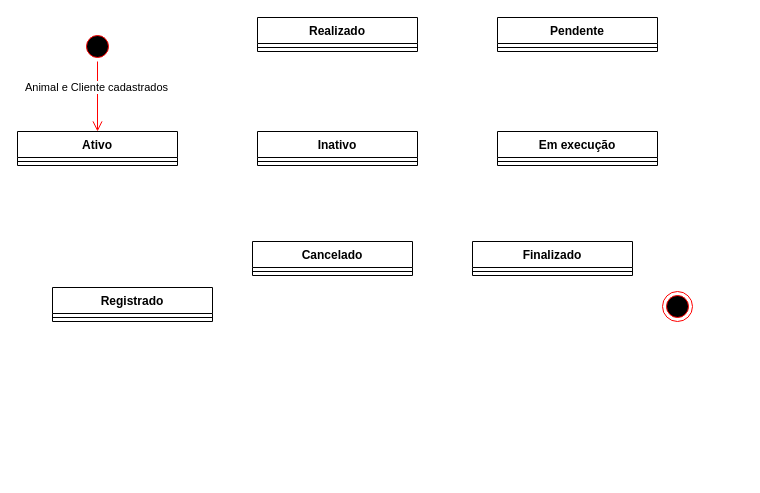
Earlier version of the draw.io diagram DiagramaDeEstadoPETS.drawio (henrique-souza/uml_exercises). Source tidied: cells renumbered, new cells numbered last; positions are measured from the earlier drawing's top-left corner, leaving out a move shared by most shapes. Both pictures are drawn from the tidied source at 100%, with x=0, y=0 at pixel (17, 17).
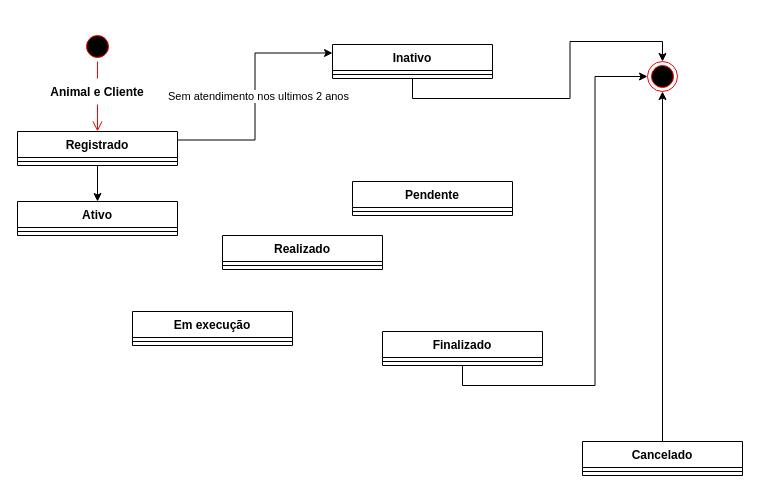
The same diagram, later.

The change refers to these unchanged cells:
```xml
<mxCell id="2" style="ellipse;html=1;shape=startState;fillColor=#000000;strokeColor=#ff0000;" parent="1" vertex="1">
  <mxGeometry x="65" y="14" width="30" height="30" as="geometry" />
</mxCell>
```

The edit, as a diff of the source:
```diff
@@
-    <mxCell id="3" style="edgeStyle=orthogonalEdgeStyle;html=1;verticalAlign=bottom;endArrow=open;endSize=8;strokeColor=#ff0000;rounded=0;entryX=0.5;entryY=0;entryDx=0;entryDy=0;" parent="1" edge="1" source="2" target="6">
-      <mxGeometry relative="1" as="geometry" />
+    <mxCell id="3" style="edgeStyle=orthogonalEdgeStyle;html=1;verticalAlign=bottom;endArrow=open;endSize=8;strokeColor=#ff0000;rounded=0;entryX=0.5;entryY=0;entryDx=0;entryDy=0;startArrow=none;" parent="1" edge="1" source="28" target="20">
+      <mxGeometry relative="1" as="geometry">
+        <Array as="points">
+          <mxPoint x="80" y="84" />
+          <mxPoint x="80" y="84" />
+        </Array>
+      </mxGeometry>
     </mxCell>
-    <mxCell id="4" value="Animal e Cliente cadastrados" style="edgeLabel;html=1;align=center;verticalAlign=middle;" parent="3" vertex="1">
-      <mxGeometry x="0.32" y="-4" relative="1" as="geometry">
-        <mxPoint x="2" y="-21" as="offset" />
-      </mxGeometry>
-    </mxCell>
     <mxCell id="5" style="ellipse;html=1;shape=endState;fillColor=#000000;strokeColor=#ff0000;" parent="1" vertex="1">
-      <mxGeometry x="645" y="274" width="30" height="30" as="geometry" />
+      <mxGeometry x="630" y="44" width="30" height="30" as="geometry" />
     </mxCell>
     <mxCell id="6" value="Ativo" style="swimlane;fontStyle=1;align=center;verticalAlign=top;horizontal=1;startSize=26;" parent="1" vertex="1">
-      <mxGeometry y="114" width="160" height="34" as="geometry" />
+      <mxGeometry y="184" width="160" height="34" as="geometry" />
     </mxCell>
@@
+    <mxCell id="22" style="edgeStyle=orthogonalEdgeStyle;rounded=0;jettySize=auto;html=1;exitX=0.5;exitY=1;exitDx=0;exitDy=0;entryX=0.5;entryY=0;entryDx=0;entryDy=0;" parent="1" edge="1" source="8" target="5">
+      <mxGeometry relative="1" as="geometry" />
+    </mxCell>
     <mxCell id="8" value="Inativo" style="swimlane;fontStyle=1;align=center;verticalAlign=top;horizontal=1;startSize=26;" parent="1" vertex="1">
-      <mxGeometry x="240" y="114" width="160" height="34" as="geometry" />
+      <mxGeometry x="315" y="27" width="160" height="34" as="geometry" />
     </mxCell>
@@
     <mxCell id="10" value="Realizado" style="swimlane;fontStyle=1;align=center;verticalAlign=top;horizontal=1;startSize=26;" parent="1" vertex="1">
-      <mxGeometry x="240" width="160" height="34" as="geometry" />
+      <mxGeometry x="205" y="218" width="160" height="34" as="geometry" />
     </mxCell>
@@
     <mxCell id="12" value="Pendente" style="swimlane;fontStyle=1;align=center;verticalAlign=top;horizontal=1;startSize=26;" parent="1" vertex="1">
-      <mxGeometry x="480" width="160" height="34" as="geometry" />
+      <mxGeometry x="335" y="164" width="160" height="34" as="geometry" />
     </mxCell>
@@
     <mxCell id="14" value="Em execução" style="swimlane;fontStyle=1;align=center;verticalAlign=top;horizontal=1;startSize=26;" parent="1" vertex="1">
-      <mxGeometry x="480" y="114" width="160" height="34" as="geometry" />
+      <mxGeometry x="115" y="294" width="160" height="34" as="geometry" />
     </mxCell>
@@
+    <mxCell id="23" style="edgeStyle=orthogonalEdgeStyle;rounded=0;jettySize=auto;html=1;exitX=0.5;exitY=0;exitDx=0;exitDy=0;entryX=0.5;entryY=1;entryDx=0;entryDy=0;" parent="1" edge="1" source="16" target="5">
+      <mxGeometry relative="1" as="geometry" />
+    </mxCell>
     <mxCell id="16" value="Cancelado" style="swimlane;fontStyle=1;align=center;verticalAlign=top;horizontal=1;startSize=26;" parent="1" vertex="1">
-      <mxGeometry x="235" y="224" width="160" height="34" as="geometry" />
+      <mxGeometry x="565" y="424" width="160" height="34" as="geometry" />
     </mxCell>
@@
+    <mxCell id="24" style="edgeStyle=orthogonalEdgeStyle;rounded=0;jettySize=auto;html=1;exitX=0.5;exitY=1;exitDx=0;exitDy=0;entryX=0;entryY=0.5;entryDx=0;entryDy=0;" parent="1" edge="1" source="18" target="5">
+      <mxGeometry relative="1" as="geometry" />
+    </mxCell>
     <mxCell id="18" value="Finalizado" style="swimlane;fontStyle=1;align=center;verticalAlign=top;horizontal=1;startSize=26;" parent="1" vertex="1">
-      <mxGeometry x="455" y="224" width="160" height="34" as="geometry" />
+      <mxGeometry x="365" y="314" width="160" height="34" as="geometry" />
     </mxCell>
@@
+    <mxCell id="25" style="edgeStyle=orthogonalEdgeStyle;rounded=0;jettySize=auto;html=1;exitX=0.5;exitY=1;exitDx=0;exitDy=0;" parent="1" edge="1" source="20" target="6">
+      <mxGeometry relative="1" as="geometry" />
+    </mxCell>
+    <mxCell id="26" style="edgeStyle=orthogonalEdgeStyle;rounded=0;jettySize=auto;html=1;exitX=1;exitY=0.25;exitDx=0;exitDy=0;entryX=0;entryY=0.25;entryDx=0;entryDy=0;" parent="1" edge="1" source="20" target="8">
+      <mxGeometry relative="1" as="geometry" />
+    </mxCell>
+    <mxCell id="27" value="Sem atendimento nos ultimos 2 anos" style="edgeLabel;html=1;align=center;verticalAlign=middle;" parent="26" vertex="1">
+      <mxGeometry x="0.13" y="-3" relative="1" as="geometry">
+        <mxPoint y="15" as="offset" />
+      </mxGeometry>
+    </mxCell>
     <mxCell id="20" value="Registrado" style="swimlane;fontStyle=1;align=center;verticalAlign=top;horizontal=1;startSize=26;" parent="1" vertex="1">
-      <mxGeometry x="35" y="270" width="160" height="34" as="geometry" />
+      <mxGeometry y="114" width="160" height="34" as="geometry" />
     </mxCell>
@@
+    <mxCell id="28" value="Animal e Cliente" style="text;align=center;fontStyle=1;verticalAlign=middle;spacingLeft=3;spacingRight=3;strokeColor=none;points=[[0,0.5],[1,0.5]];portConstraint=eastwest;" parent="1" vertex="1">
+      <mxGeometry x="40" y="61" width="80" height="26" as="geometry" />
+    </mxCell>
+    <mxCell id="29" style="edgeStyle=orthogonalEdgeStyle;html=1;verticalAlign=bottom;endArrow=none;endSize=8;strokeColor=#ff0000;rounded=0;entryX=0.5;entryY=0;entryDx=0;entryDy=0;" parent="1" edge="1" source="2" target="28">
+      <mxGeometry relative="1" as="geometry" />
+    </mxCell>
```
